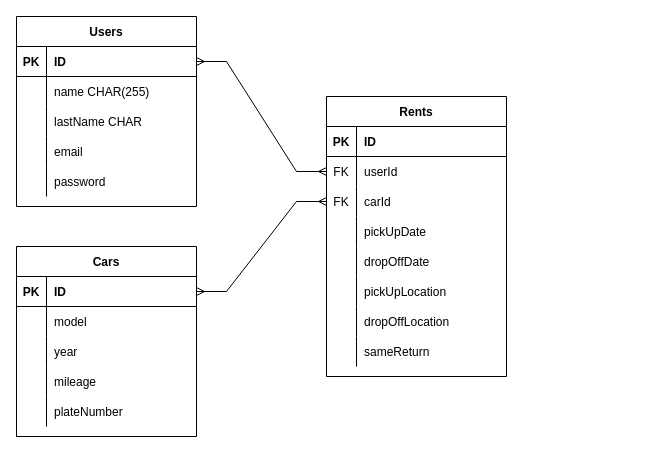
The draw.io diagram wireframes + sketch/Untitled Diagram.drawio in jubaan/grupo_7_sportCarsDealer, before the edit. Source tidied: cells renumbered, new cells numbered last; positions are measured from the earlier drawing's top-left corner, leaving out a move shared by most shapes. Both pictures are drawn from the tidied source at 100%, with x=0, y=0 at pixel (16, 16).
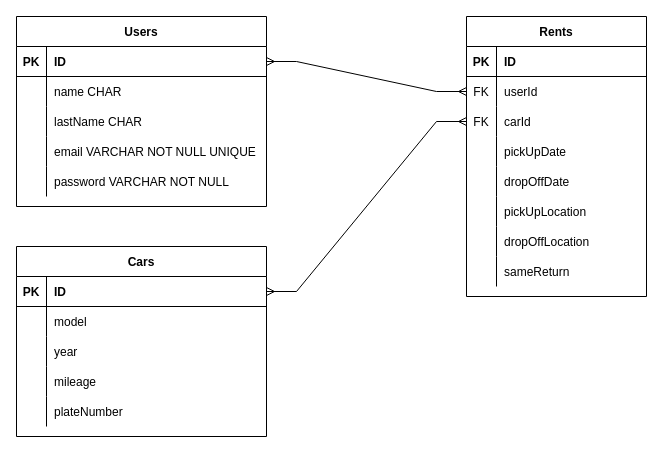
The same page after the edit.

What changed in the source:
```diff
@@
     <mxCell id="2" value="Users" style="shape=table;startSize=30;childLayout=tableLayout;rowLines=0;fontStyle=1;align=center;" parent="1" vertex="1">
-      <mxGeometry width="180" height="190" as="geometry" />
+      <mxGeometry width="250" height="190" as="geometry" />
     </mxCell>
     <mxCell id="3" style="shape=tableRow;horizontal=0;startSize=0;swimlaneHead=0;swimlaneBody=0;fillColor=none;points=[[0,0.5],[1,0.5]];portConstraint=eastwest;top=0;left=0;right=0;bottom=1;" parent="2" vertex="1">
-      <mxGeometry y="30" width="180" height="30" as="geometry" />
+      <mxGeometry y="30" width="250" height="30" as="geometry" />
     </mxCell>
@@
     <mxCell id="5" value="ID" style="shape=partialRectangle;fillColor=none;top=0;left=0;bottom=0;right=0;align=left;spacingLeft=6;fontStyle=1;overflow=hidden;" parent="3" vertex="1">
-      <mxGeometry x="30" width="150" height="30" as="geometry" />
+      <mxGeometry x="30" width="220" height="30" as="geometry" />
     </mxCell>
     <mxCell id="6" style="shape=tableRow;horizontal=0;startSize=0;swimlaneHead=0;swimlaneBody=0;fillColor=none;top=0;left=0;right=0;bottom=0;" parent="2" vertex="1">
-      <mxGeometry y="60" width="180" height="30" as="geometry" />
+      <mxGeometry y="60" width="250" height="30" as="geometry" />
     </mxCell>
@@
-    <mxCell id="8" value="name CHAR(255)" style="shape=partialRectangle;fillColor=none;top=0;left=0;bottom=0;right=0;align=left;spacingLeft=6;overflow=hidden;" parent="6" vertex="1">
-      <mxGeometry x="30" width="150" height="30" as="geometry" />
+    <mxCell id="8" value="name CHAR" style="shape=partialRectangle;fillColor=none;top=0;left=0;bottom=0;right=0;align=left;spacingLeft=6;overflow=hidden;" parent="6" vertex="1">
+      <mxGeometry x="30" width="220" height="30" as="geometry" />
     </mxCell>
     <mxCell id="9" style="shape=tableRow;horizontal=0;startSize=0;swimlaneHead=0;swimlaneBody=0;fillColor=none;top=0;left=0;right=0;bottom=0;" parent="2" vertex="1">
-      <mxGeometry y="90" width="180" height="30" as="geometry" />
+      <mxGeometry y="90" width="250" height="30" as="geometry" />
     </mxCell>
@@
     <mxCell id="11" value="lastName CHAR" style="shape=partialRectangle;fillColor=none;top=0;left=0;bottom=0;right=0;align=left;spacingLeft=6;overflow=hidden;" parent="9" vertex="1">
-      <mxGeometry x="30" width="150" height="30" as="geometry" />
+      <mxGeometry x="30" width="220" height="30" as="geometry" />
     </mxCell>
     <mxCell id="12" style="shape=tableRow;horizontal=0;startSize=0;swimlaneHead=0;swimlaneBody=0;fillColor=none;top=0;left=0;right=0;bottom=0;" parent="2" vertex="1">
-      <mxGeometry y="120" width="180" height="30" as="geometry" />
+      <mxGeometry y="120" width="250" height="30" as="geometry" />
     </mxCell>
@@
-    <mxCell id="14" value="email" style="shape=partialRectangle;fillColor=none;top=0;left=0;bottom=0;right=0;align=left;spacingLeft=6;overflow=hidden;" parent="12" vertex="1">
-      <mxGeometry x="30" width="150" height="30" as="geometry" />
+    <mxCell id="14" value="email VARCHAR NOT NULL UNIQUE" style="shape=partialRectangle;fillColor=none;top=0;left=0;bottom=0;right=0;align=left;spacingLeft=6;overflow=hidden;" parent="12" vertex="1">
+      <mxGeometry x="30" width="220" height="30" as="geometry" />
     </mxCell>
     <mxCell id="15" style="shape=tableRow;horizontal=0;startSize=0;swimlaneHead=0;swimlaneBody=0;fillColor=none;top=0;left=0;right=0;bottom=0;" parent="2" vertex="1">
-      <mxGeometry y="150" width="180" height="30" as="geometry" />
+      <mxGeometry y="150" width="250" height="30" as="geometry" />
     </mxCell>
@@
-    <mxCell id="17" value="password" style="shape=partialRectangle;fillColor=none;top=0;left=0;bottom=0;right=0;align=left;spacingLeft=6;overflow=hidden;" parent="15" vertex="1">
-      <mxGeometry x="30" width="150" height="30" as="geometry" />
+    <mxCell id="17" value="password VARCHAR NOT NULL" style="shape=partialRectangle;fillColor=none;top=0;left=0;bottom=0;right=0;align=left;spacingLeft=6;overflow=hidden;" parent="15" vertex="1">
+      <mxGeometry x="30" width="220" height="30" as="geometry" />
     </mxCell>
     <mxCell id="18" value="Cars" style="shape=table;startSize=30;childLayout=tableLayout;rowLines=0;fontStyle=1;align=center;" parent="1" vertex="1">
-      <mxGeometry y="230" width="180" height="190" as="geometry" />
+      <mxGeometry y="230" width="250" height="190" as="geometry" />
     </mxCell>
     <mxCell id="19" style="shape=tableRow;horizontal=0;startSize=0;swimlaneHead=0;swimlaneBody=0;fillColor=none;points=[[0,0.5],[1,0.5]];portConstraint=eastwest;top=0;left=0;right=0;bottom=1;" parent="18" vertex="1">
-      <mxGeometry y="30" width="180" height="30" as="geometry" />
+      <mxGeometry y="30" width="250" height="30" as="geometry" />
     </mxCell>
@@
     <mxCell id="21" value="ID" style="shape=partialRectangle;fillColor=none;top=0;left=0;bottom=0;right=0;align=left;spacingLeft=6;fontStyle=1;overflow=hidden;" parent="19" vertex="1">
-      <mxGeometry x="30" width="150" height="30" as="geometry" />
+      <mxGeometry x="30" width="220" height="30" as="geometry" />
     </mxCell>
     <mxCell id="22" style="shape=tableRow;horizontal=0;startSize=0;swimlaneHead=0;swimlaneBody=0;fillColor=none;top=0;left=0;right=0;bottom=0;" parent="18" vertex="1">
-      <mxGeometry y="60" width="180" height="30" as="geometry" />
+      <mxGeometry y="60" width="250" height="30" as="geometry" />
     </mxCell>
@@
     <mxCell id="24" value="model" style="shape=partialRectangle;fillColor=none;top=0;left=0;bottom=0;right=0;align=left;spacingLeft=6;overflow=hidden;" parent="22" vertex="1">
-      <mxGeometry x="30" width="150" height="30" as="geometry" />
+      <mxGeometry x="30" width="220" height="30" as="geometry" />
     </mxCell>
     <mxCell id="25" style="shape=tableRow;horizontal=0;startSize=0;swimlaneHead=0;swimlaneBody=0;fillColor=none;top=0;left=0;right=0;bottom=0;" parent="18" vertex="1">
-      <mxGeometry y="90" width="180" height="30" as="geometry" />
+      <mxGeometry y="90" width="250" height="30" as="geometry" />
     </mxCell>
@@
     <mxCell id="27" value="year" style="shape=partialRectangle;fillColor=none;top=0;left=0;bottom=0;right=0;align=left;spacingLeft=6;overflow=hidden;" parent="25" vertex="1">
-      <mxGeometry x="30" width="150" height="30" as="geometry" />
+      <mxGeometry x="30" width="220" height="30" as="geometry" />
     </mxCell>
     <mxCell id="28" style="shape=tableRow;horizontal=0;startSize=0;swimlaneHead=0;swimlaneBody=0;fillColor=none;top=0;left=0;right=0;bottom=0;" parent="18" vertex="1">
-      <mxGeometry y="120" width="180" height="30" as="geometry" />
+      <mxGeometry y="120" width="250" height="30" as="geometry" />
     </mxCell>
@@
     <mxCell id="30" value="mileage" style="shape=partialRectangle;fillColor=none;top=0;left=0;bottom=0;right=0;align=left;spacingLeft=6;overflow=hidden;" parent="28" vertex="1">
-      <mxGeometry x="30" width="150" height="30" as="geometry" />
+      <mxGeometry x="30" width="220" height="30" as="geometry" />
     </mxCell>
     <mxCell id="31" style="shape=tableRow;horizontal=0;startSize=0;swimlaneHead=0;swimlaneBody=0;fillColor=none;top=0;left=0;right=0;bottom=0;" parent="18" vertex="1">
-      <mxGeometry y="150" width="180" height="30" as="geometry" />
+      <mxGeometry y="150" width="250" height="30" as="geometry" />
     </mxCell>
@@
     <mxCell id="33" value="plateNumber" style="shape=partialRectangle;fillColor=none;top=0;left=0;bottom=0;right=0;align=left;spacingLeft=6;overflow=hidden;" parent="31" vertex="1">
-      <mxGeometry x="30" width="150" height="30" as="geometry" />
+      <mxGeometry x="30" width="220" height="30" as="geometry" />
     </mxCell>
     <mxCell id="34" value="Rents" style="shape=table;startSize=30;childLayout=tableLayout;rowLines=0;fontStyle=1;align=center;" parent="1" vertex="1">
-      <mxGeometry x="310" y="80" width="180" height="280" as="geometry" />
+      <mxGeometry x="450" width="180" height="280" as="geometry" />
     </mxCell>
```
